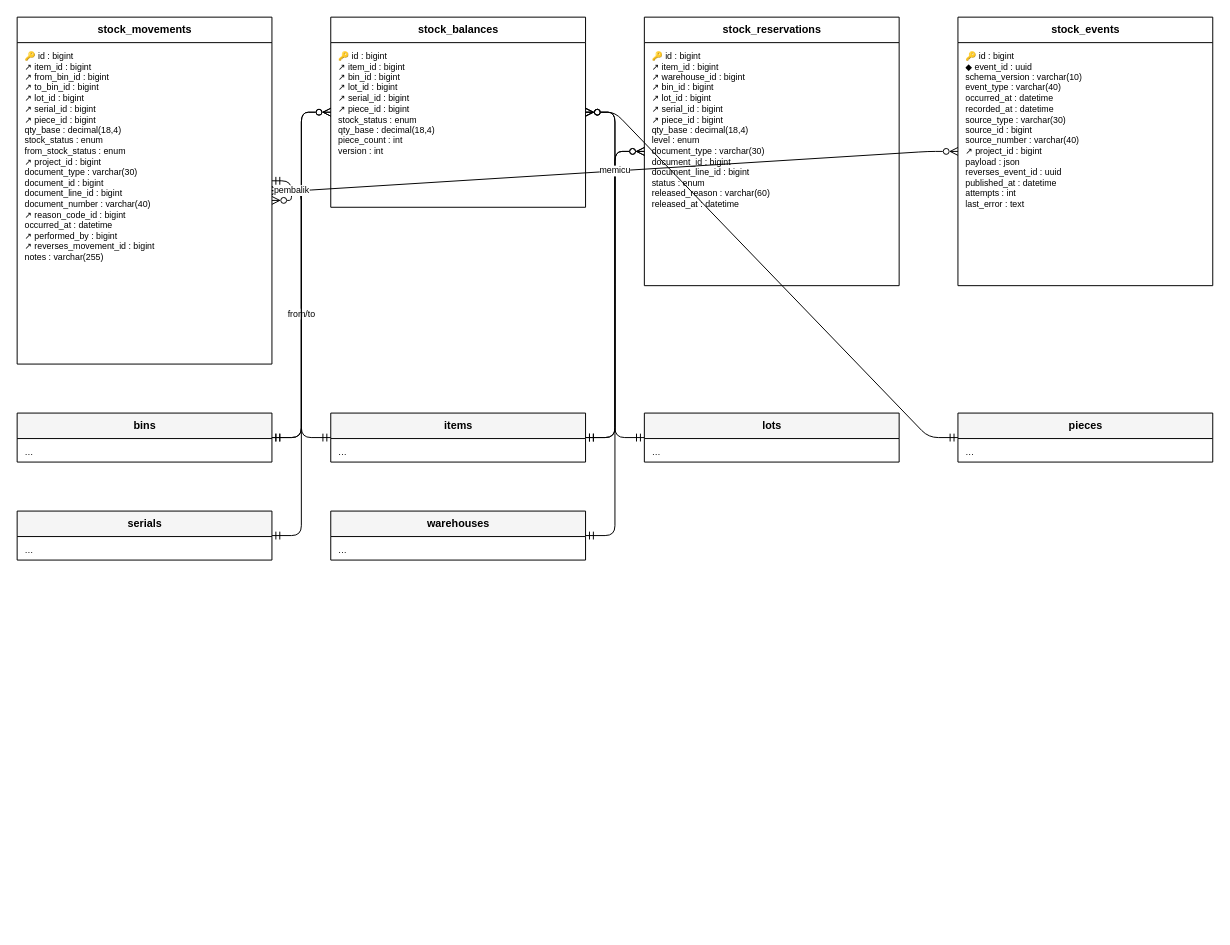
Earlier version of the draw.io diagram docs/diagram/erd-stok.drawio (HengkyDarmawan/wms). Source tidied: cells renumbered, new cells numbered last; positions are measured from the earlier drawing's top-left corner, leaving out a move shared by most shapes. Both pictures are drawn from the tidied source at 98%, with x=0, y=0 at pixel (17, 17).
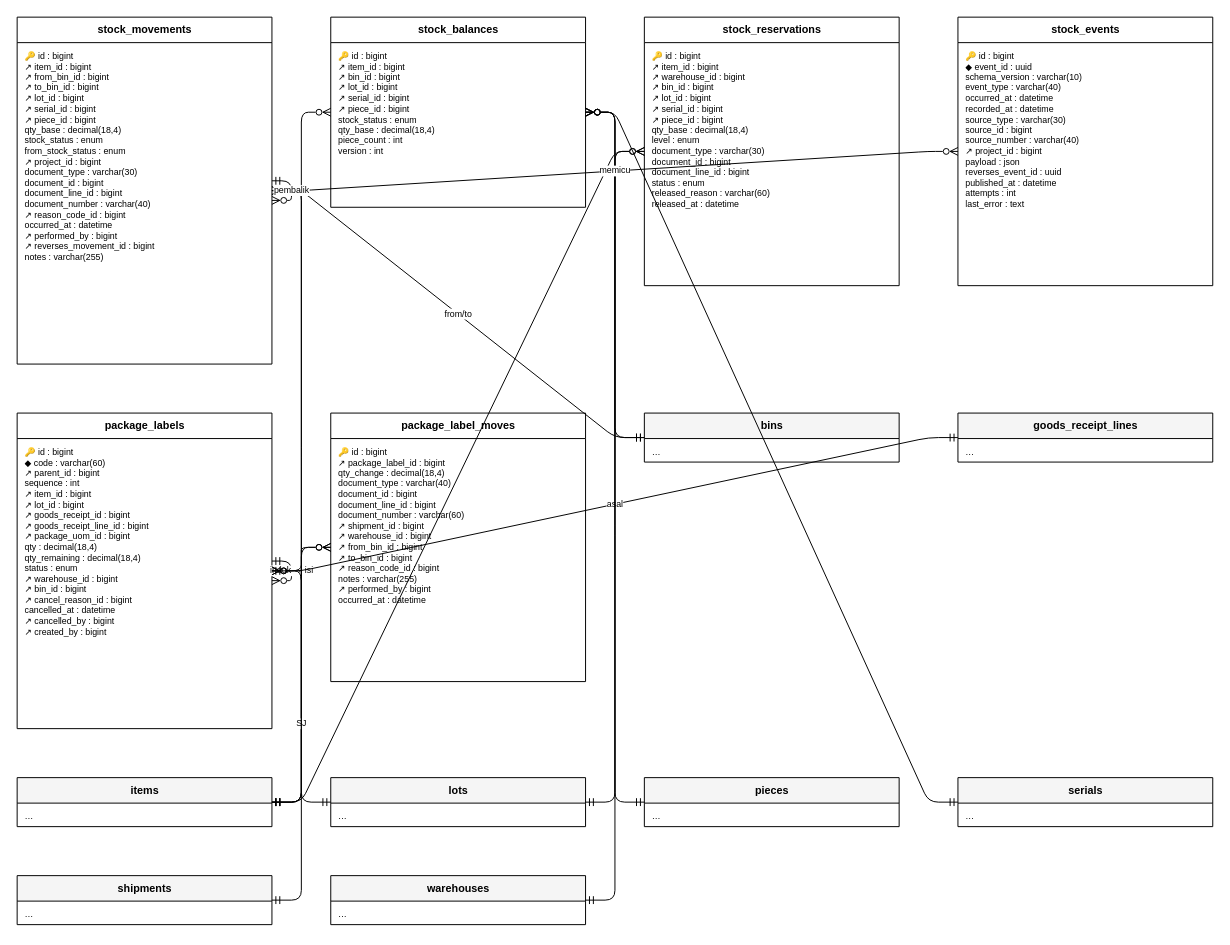
After the change.

Unchanged cells that the change refers to:
```xml
<mxCell id="2" value="stock_movements" style="swimlane;fontStyle=1;horizontal=1;startSize=26;html=1;fontSize=11;fillColor=#FFFFFF;" parent="1" vertex="1">
  <mxGeometry width="260" height="354" as="geometry" />
</mxCell>
<mxCell id="4" value="stock_balances" style="swimlane;fontStyle=1;horizontal=1;startSize=26;html=1;fontSize=11;fillColor=#FFFFFF;" parent="1" vertex="1">
  <mxGeometry x="320" width="260" height="194" as="geometry" />
</mxCell>
<mxCell id="6" value="stock_reservations" style="swimlane;fontStyle=1;horizontal=1;startSize=26;html=1;fontSize=11;fillColor=#FFFFFF;" parent="1" vertex="1">
  <mxGeometry x="640" width="260" height="274" as="geometry" />
</mxCell>
<mxCell id="8" value="stock_events" style="swimlane;fontStyle=1;horizontal=1;startSize=26;html=1;fontSize=11;fillColor=#FFFFFF;" parent="1" vertex="1">
  <mxGeometry x="960" width="260" height="274" as="geometry" />
</mxCell>
```

What changed in the source:
```diff
@@
+    <mxCell id="33" value="package_labels" style="swimlane;fontStyle=1;horizontal=1;startSize=26;html=1;fontSize=11;fillColor=#FFFFFF;" parent="1" vertex="1">
+      <mxGeometry y="404" width="260" height="322" as="geometry" />
+    </mxCell>
+    <mxCell id="34" value="🔑 id : bigint&lt;br&gt;◆ code : varchar(60)&lt;br&gt;↗ parent_id : bigint&lt;br&gt;sequence : int&lt;br&gt;↗ item_id : bigint&lt;br&gt;↗ lot_id : bigint&lt;br&gt;↗ goods_receipt_id : bigint&lt;br&gt;↗ goods_receipt_line_id : bigint&lt;br&gt;↗ package_uom_id : bigint&lt;br&gt;qty : decimal(18,4)&lt;br&gt;qty_remaining : decimal(18,4)&lt;br&gt;status : enum&lt;br&gt;↗ warehouse_id : bigint&lt;br&gt;↗ bin_id : bigint&lt;br&gt;↗ cancel_reason_id : bigint&lt;br&gt;cancelled_at : datetime&lt;br&gt;↗ cancelled_by : bigint&lt;br&gt;↗ created_by : bigint" style="text;html=1;strokeColor=none;fillColor=none;align=left;verticalAlign=top;spacingLeft=6;spacingTop=2;fontSize=9;whiteSpace=wrap;overflow=hidden;" parent="33" vertex="1">
+      <mxGeometry y="26" width="260" height="296" as="geometry" />
+    </mxCell>
+    <mxCell id="35" value="package_label_moves" style="swimlane;fontStyle=1;horizontal=1;startSize=26;html=1;fontSize=11;fillColor=#FFFFFF;" parent="1" vertex="1">
+      <mxGeometry x="320" y="404" width="260" height="274" as="geometry" />
+    </mxCell>
+    <mxCell id="36" value="🔑 id : bigint&lt;br&gt;↗ package_label_id : bigint&lt;br&gt;qty_change : decimal(18,4)&lt;br&gt;document_type : varchar(40)&lt;br&gt;document_id : bigint&lt;br&gt;document_line_id : bigint&lt;br&gt;document_number : varchar(60)&lt;br&gt;↗ shipment_id : bigint&lt;br&gt;↗ warehouse_id : bigint&lt;br&gt;↗ from_bin_id : bigint&lt;br&gt;↗ to_bin_id : bigint&lt;br&gt;↗ reason_code_id : bigint&lt;br&gt;notes : varchar(255)&lt;br&gt;↗ performed_by : bigint&lt;br&gt;occurred_at : datetime" style="text;html=1;strokeColor=none;fillColor=none;align=left;verticalAlign=top;spacingLeft=6;spacingTop=2;fontSize=9;whiteSpace=wrap;overflow=hidden;" parent="35" vertex="1">
+      <mxGeometry y="26" width="260" height="248" as="geometry" />
+    </mxCell>
     <mxCell id="10" value="bins" style="swimlane;fontStyle=1;horizontal=1;startSize=26;html=1;fontSize=11;fillColor=#F5F5F5;" parent="1" vertex="1">
-      <mxGeometry y="404" width="260" height="50" as="geometry" />
+      <mxGeometry x="640" y="404" width="260" height="50" as="geometry" />
     </mxCell>
@@
+    <mxCell id="37" value="goods_receipt_lines" style="swimlane;fontStyle=1;horizontal=1;startSize=26;html=1;fontSize=11;fillColor=#F5F5F5;" parent="1" vertex="1">
+      <mxGeometry x="960" y="404" width="260" height="50" as="geometry" />
+    </mxCell>
+    <mxCell id="38" value="…" style="text;html=1;strokeColor=none;fillColor=none;align=left;verticalAlign=top;spacingLeft=6;spacingTop=2;fontSize=9;whiteSpace=wrap;overflow=hidden;" parent="37" vertex="1">
+      <mxGeometry y="26" width="260" height="24" as="geometry" />
+    </mxCell>
     <mxCell id="12" value="items" style="swimlane;fontStyle=1;horizontal=1;startSize=26;html=1;fontSize=11;fillColor=#F5F5F5;" parent="1" vertex="1">
-      <mxGeometry x="320" y="404" width="260" height="50" as="geometry" />
+      <mxGeometry y="776" width="260" height="50" as="geometry" />
     </mxCell>
@@
     <mxCell id="14" value="lots" style="swimlane;fontStyle=1;horizontal=1;startSize=26;html=1;fontSize=11;fillColor=#F5F5F5;" parent="1" vertex="1">
-      <mxGeometry x="640" y="404" width="260" height="50" as="geometry" />
+      <mxGeometry x="320" y="776" width="260" height="50" as="geometry" />
     </mxCell>
@@
     <mxCell id="16" value="pieces" style="swimlane;fontStyle=1;horizontal=1;startSize=26;html=1;fontSize=11;fillColor=#F5F5F5;" parent="1" vertex="1">
-      <mxGeometry x="960" y="404" width="260" height="50" as="geometry" />
+      <mxGeometry x="640" y="776" width="260" height="50" as="geometry" />
     </mxCell>
@@
     <mxCell id="18" value="serials" style="swimlane;fontStyle=1;horizontal=1;startSize=26;html=1;fontSize=11;fillColor=#F5F5F5;" parent="1" vertex="1">
-      <mxGeometry y="504" width="260" height="50" as="geometry" />
+      <mxGeometry x="960" y="776" width="260" height="50" as="geometry" />
     </mxCell>
@@
+    <mxCell id="39" value="shipments" style="swimlane;fontStyle=1;horizontal=1;startSize=26;html=1;fontSize=11;fillColor=#F5F5F5;" parent="1" vertex="1">
+      <mxGeometry y="876" width="260" height="50" as="geometry" />
+    </mxCell>
+    <mxCell id="40" value="…" style="text;html=1;strokeColor=none;fillColor=none;align=left;verticalAlign=top;spacingLeft=6;spacingTop=2;fontSize=9;whiteSpace=wrap;overflow=hidden;" parent="39" vertex="1">
+      <mxGeometry y="26" width="260" height="24" as="geometry" />
+    </mxCell>
     <mxCell id="20" value="warehouses" style="swimlane;fontStyle=1;horizontal=1;startSize=26;html=1;fontSize=11;fillColor=#F5F5F5;" parent="1" vertex="1">
-      <mxGeometry x="320" y="504" width="260" height="50" as="geometry" />
+      <mxGeometry x="320" y="876" width="260" height="50" as="geometry" />
     </mxCell>
@@
-    <mxCell id="22" style="edgeStyle=entityRelationEdgeStyle;fontSize=9;html=1;endArrow=ERzeroToMany;startArrow=ERmandOne;endFill=0;startFill=0;" parent="1" edge="1" source="12" target="2">
+    <mxCell id="22" style="edgeStyle=entityRelationEdgeStyle;fontSize=9;html=1;endArrow=ERzeroToMany;startArrow=ERmandOne;endFill=0;startFill=0;" parent="1" edge="1" source="12" target="33">
       <mxGeometry relative="1" as="geometry" />
     </mxCell>
-    <mxCell id="23" value="from/to" style="edgeStyle=entityRelationEdgeStyle;fontSize=9;html=1;endArrow=ERzeroToMany;startArrow=ERmandOne;endFill=0;startFill=0;" parent="1" edge="1" source="10" target="2">
+    <mxCell id="23" value="induk → isi" style="edgeStyle=entityRelationEdgeStyle;fontSize=9;html=1;endArrow=ERzeroToMany;startArrow=ERmandOne;endFill=0;startFill=0;" parent="1" edge="1" source="33" target="33">
       <mxGeometry relative="1" as="geometry" />
     </mxCell>
-    <mxCell id="24" style="edgeStyle=entityRelationEdgeStyle;fontSize=9;html=1;endArrow=ERzeroToMany;startArrow=ERmandOne;endFill=0;startFill=0;" parent="1" edge="1" source="12" target="4">
+    <mxCell id="24" value="asal" style="edgeStyle=entityRelationEdgeStyle;fontSize=9;html=1;endArrow=ERzeroToMany;startArrow=ERmandOne;endFill=0;startFill=0;" parent="1" edge="1" source="37" target="33">
       <mxGeometry relative="1" as="geometry" />
     </mxCell>
-    <mxCell id="25" style="edgeStyle=entityRelationEdgeStyle;fontSize=9;html=1;endArrow=ERzeroToMany;startArrow=ERmandOne;endFill=0;startFill=0;" parent="1" edge="1" source="10" target="4">
+    <mxCell id="25" style="edgeStyle=entityRelationEdgeStyle;fontSize=9;html=1;endArrow=ERzeroToMany;startArrow=ERmandOne;endFill=0;startFill=0;" parent="1" edge="1" source="14" target="33">
       <mxGeometry relative="1" as="geometry" />
     </mxCell>
-    <mxCell id="26" style="edgeStyle=entityRelationEdgeStyle;fontSize=9;html=1;endArrow=ERzeroToMany;startArrow=ERmandOne;endFill=0;startFill=0;" parent="1" edge="1" source="12" target="6">
+    <mxCell id="26" style="edgeStyle=entityRelationEdgeStyle;fontSize=9;html=1;endArrow=ERzeroToMany;startArrow=ERmandOne;endFill=0;startFill=0;" parent="1" edge="1" source="33" target="35">
       <mxGeometry relative="1" as="geometry" />
     </mxCell>
-    <mxCell id="27" style="edgeStyle=entityRelationEdgeStyle;fontSize=9;html=1;endArrow=ERzeroToMany;startArrow=ERmandOne;endFill=0;startFill=0;" parent="1" edge="1" source="20" target="6">
+    <mxCell id="27" value="SJ" style="edgeStyle=entityRelationEdgeStyle;fontSize=9;html=1;endArrow=ERzeroToMany;startArrow=ERmandOne;endFill=0;startFill=0;" parent="1" edge="1" source="39" target="35">
       <mxGeometry relative="1" as="geometry" />
     </mxCell>
-    <mxCell id="28" style="edgeStyle=entityRelationEdgeStyle;fontSize=9;html=1;endArrow=ERzeroToMany;startArrow=ERmandOne;endFill=0;startFill=0;" parent="1" edge="1" source="14" target="4">
+    <mxCell id="28" style="edgeStyle=entityRelationEdgeStyle;fontSize=9;html=1;endArrow=ERzeroToMany;startArrow=ERmandOne;endFill=0;startFill=0;" parent="1" edge="1" source="12" target="2">
       <mxGeometry relative="1" as="geometry" />
     </mxCell>
-    <mxCell id="29" style="edgeStyle=entityRelationEdgeStyle;fontSize=9;html=1;endArrow=ERzeroToMany;startArrow=ERmandOne;endFill=0;startFill=0;" parent="1" edge="1" source="18" target="4">
+    <mxCell id="29" value="from/to" style="edgeStyle=entityRelationEdgeStyle;fontSize=9;html=1;endArrow=ERzeroToMany;startArrow=ERmandOne;endFill=0;startFill=0;" parent="1" edge="1" source="10" target="2">
       <mxGeometry relative="1" as="geometry" />
     </mxCell>
-    <mxCell id="30" style="edgeStyle=entityRelationEdgeStyle;fontSize=9;html=1;endArrow=ERzeroToMany;startArrow=ERmandOne;endFill=0;startFill=0;" parent="1" edge="1" source="16" target="4">
+    <mxCell id="30" style="edgeStyle=entityRelationEdgeStyle;fontSize=9;html=1;endArrow=ERzeroToMany;startArrow=ERmandOne;endFill=0;startFill=0;" parent="1" edge="1" source="12" target="4">
       <mxGeometry relative="1" as="geometry" />
     </mxCell>
-    <mxCell id="31" value="memicu" style="edgeStyle=entityRelationEdgeStyle;fontSize=9;html=1;endArrow=ERzeroToMany;startArrow=ERmandOne;endFill=0;startFill=0;" parent="1" edge="1" source="2" target="8">
+    <mxCell id="31" style="edgeStyle=entityRelationEdgeStyle;fontSize=9;html=1;endArrow=ERzeroToMany;startArrow=ERmandOne;endFill=0;startFill=0;" parent="1" edge="1" source="10" target="4">
       <mxGeometry relative="1" as="geometry" />
     </mxCell>
-    <mxCell id="32" value="pembalik" style="edgeStyle=entityRelationEdgeStyle;fontSize=9;html=1;endArrow=ERzeroToMany;startArrow=ERmandOne;endFill=0;startFill=0;" parent="1" edge="1" source="2" target="2">
+    <mxCell id="32" style="edgeStyle=entityRelationEdgeStyle;fontSize=9;html=1;endArrow=ERzeroToMany;startArrow=ERmandOne;endFill=0;startFill=0;" parent="1" edge="1" source="12" target="6">
       <mxGeometry relative="1" as="geometry" />
     </mxCell>
+    <mxCell id="41" style="edgeStyle=entityRelationEdgeStyle;fontSize=9;html=1;endArrow=ERzeroToMany;startArrow=ERmandOne;endFill=0;startFill=0;" parent="1" edge="1" source="20" target="6">
+      <mxGeometry relative="1" as="geometry" />
+    </mxCell>
+    <mxCell id="42" style="edgeStyle=entityRelationEdgeStyle;fontSize=9;html=1;endArrow=ERzeroToMany;startArrow=ERmandOne;endFill=0;startFill=0;" parent="1" edge="1" source="14" target="4">
+      <mxGeometry relative="1" as="geometry" />
+    </mxCell>
+    <mxCell id="43" style="edgeStyle=entityRelationEdgeStyle;fontSize=9;html=1;endArrow=ERzeroToMany;startArrow=ERmandOne;endFill=0;startFill=0;" parent="1" edge="1" source="18" target="4">
+      <mxGeometry relative="1" as="geometry" />
+    </mxCell>
+    <mxCell id="44" style="edgeStyle=entityRelationEdgeStyle;fontSize=9;html=1;endArrow=ERzeroToMany;startArrow=ERmandOne;endFill=0;startFill=0;" parent="1" edge="1" source="16" target="4">
+      <mxGeometry relative="1" as="geometry" />
+    </mxCell>
+    <mxCell id="45" value="memicu" style="edgeStyle=entityRelationEdgeStyle;fontSize=9;html=1;endArrow=ERzeroToMany;startArrow=ERmandOne;endFill=0;startFill=0;" parent="1" edge="1" source="2" target="8">
+      <mxGeometry relative="1" as="geometry" />
+    </mxCell>
+    <mxCell id="46" value="pembalik" style="edgeStyle=entityRelationEdgeStyle;fontSize=9;html=1;endArrow=ERzeroToMany;startArrow=ERmandOne;endFill=0;startFill=0;" parent="1" edge="1" source="2" target="2">
+      <mxGeometry relative="1" as="geometry" />
+    </mxCell>
```
